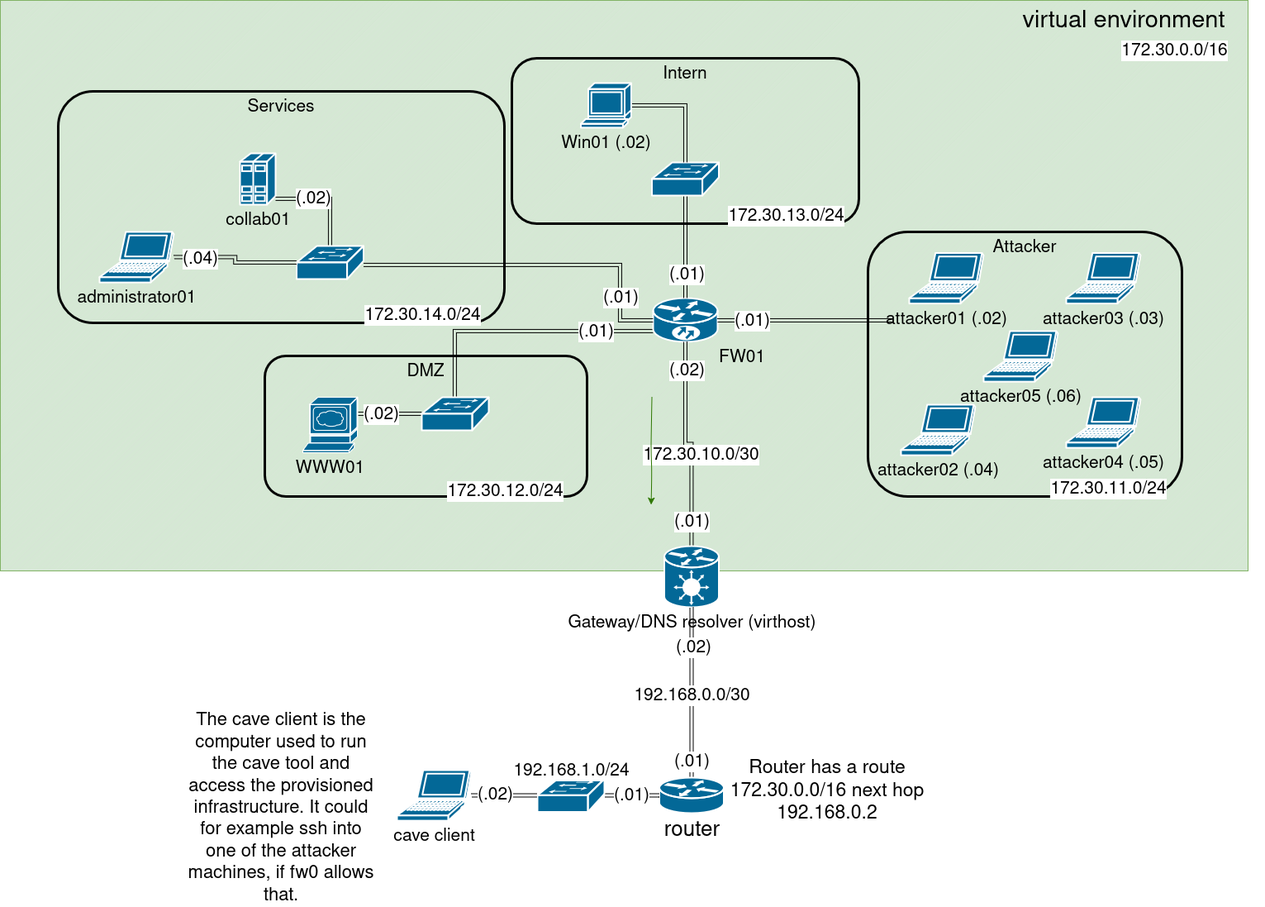
This is assets/example_topology.drawio.png from manach232/cave, a draw.io export, as it was before one commit. Source tidied: cells renumbered, new cells last; positions are measured from the earlier drawing's top-left corner, leaving out a move shared by most shapes.
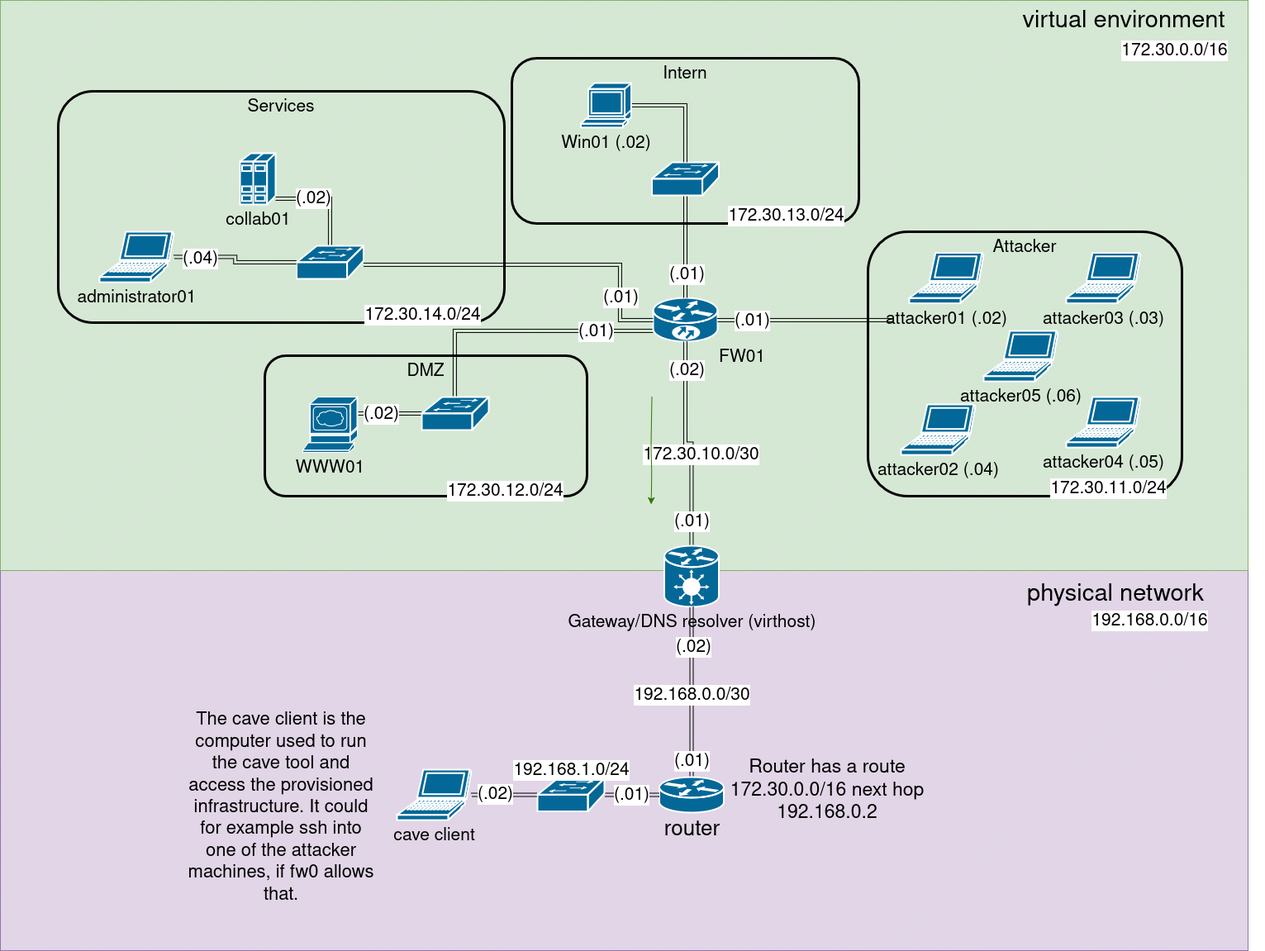
The same file after the commit.

Commit message:
fixed background example topology

Diff of the diagram source:
```diff
@@ -2,6 +2,9 @@
   <root>
     <mxCell id="0" />
     <mxCell id="1" parent="0" />
+    <mxCell id="61" style="verticalLabelPosition=bottom;verticalAlign=top;html=1;shape=mxgraph.basic.patternFillRect;fillStyle=diag;step=5;fillStrokeWidth=0.2;fillStrokeColor=#dddddd;fillColor=#e1d5e7;strokeColor=#9673a6;labelPosition=right;align=left;fontSize=33;" parent="1" vertex="1">
+      <mxGeometry y="690" width="1510" height="460" as="geometry" />
+    </mxCell>
     <mxCell id="2" style="verticalLabelPosition=bottom;verticalAlign=top;html=1;shape=mxgraph.basic.patternFillRect;fillStyle=diag;step=5;fillStrokeWidth=0.2;fillStrokeColor=#dddddd;fillColor=#d5e8d4;strokeColor=#82b366;labelPosition=right;align=left;fontSize=33;" parent="1" vertex="1">
       <mxGeometry width="1510" height="690" as="geometry" />
     </mxCell>
@@ -242,5 +245,11 @@
     <mxCell id="60" value="The cave client is the computer used to run the cave tool and access the provisioned infrastructure. It could for example ssh into one of the attacker machines, if fw0 allows that." style="text;strokeColor=none;align=center;fillColor=none;html=1;verticalAlign=middle;whiteSpace=wrap;rounded=0;fontSize=22;" parent="1" vertex="1">
       <mxGeometry x="220.2" y="962" width="239.5" height="30" as="geometry" />
     </mxCell>
+    <mxCell id="62" value="&lt;div&gt;physical network&lt;/div&gt;" style="text;html=1;align=center;verticalAlign=middle;whiteSpace=wrap;rounded=0;fontSize=29;" parent="1" vertex="1">
+      <mxGeometry x="1180" y="704" width="340" height="30" as="geometry" />
+    </mxCell>
+    <mxCell id="63" value="192.168.0.0/16" style="edgeLabel;html=1;align=center;verticalAlign=middle;fontSize=21;" parent="1" vertex="1">
+      <mxGeometry x="1390" y="750" as="geometry" />
+    </mxCell>
   </root>
 </mxGraphModel>
```
